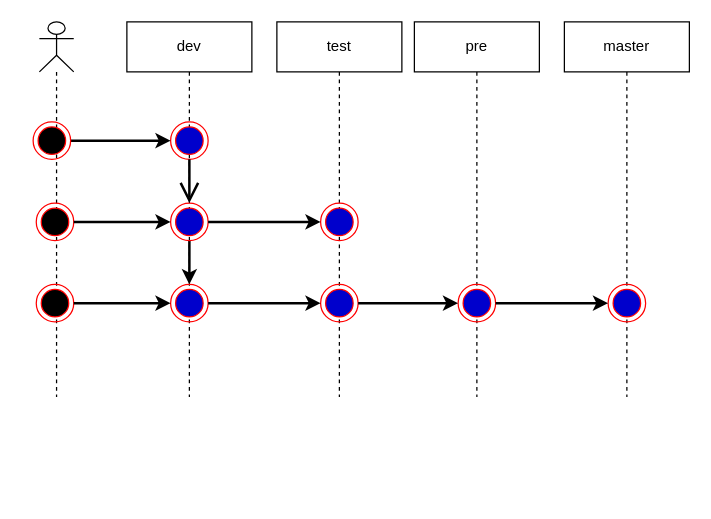
Before: page "Page-2" (2 of 3) of workeredu/求学圆梦项目流程.drawio in kinvensan/drawio, a draw.io diagram. Source tidied: cells renumbered, new cells numbered last; positions are measured from the earlier drawing's top-left corner, leaving out a move shared by most shapes. Both pictures are drawn from the tidied source at 125%, with x=0, y=0 at pixel (32, 21).
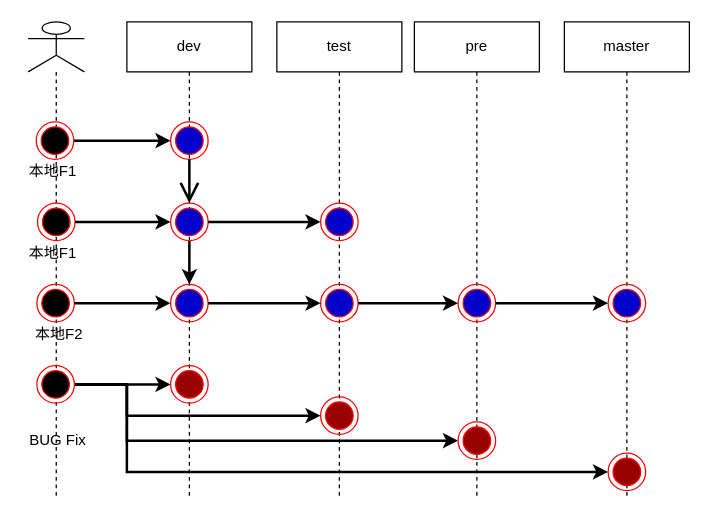
The same diagram, later.

Commit message:
Update 求学圆梦项目流程.drawio

What changed in the source:
```diff
@@
     <mxCell id="2" style="shape=umlLifeline;participant=umlActor;perimeter=lifelinePerimeter;whiteSpace=wrap;html=1;verticalAlign=top;spacingTop=36;labelBackgroundColor=#ffffff;" parent="1" vertex="1">
-      <mxGeometry x="5" width="27.5" height="300" as="geometry" />
+      <mxGeometry x="-4" width="45" height="380" as="geometry" />
     </mxCell>
     <mxCell id="3" style="ellipse;html=1;shape=endState;fillColor=#000000;strokeColor=#ff0000;" parent="2" vertex="1">
-      <mxGeometry x="-2.5" y="145" width="30" height="30" as="geometry" />
+      <mxGeometry x="7.5" y="145" width="30" height="30" as="geometry" />
     </mxCell>
     <mxCell id="4" style="ellipse;html=1;shape=endState;fillColor=#000000;strokeColor=#ff0000;" parent="2" vertex="1">
-      <mxGeometry x="-2.5" y="210" width="30" height="30" as="geometry" />
+      <mxGeometry x="7" y="210" width="30" height="30" as="geometry" />
     </mxCell>
+    <mxCell id="26" value="本地F1" style="text;html=1;strokeColor=none;fillColor=none;align=center;verticalAlign=middle;whiteSpace=wrap;rounded=0;" parent="2" vertex="1">
+      <mxGeometry x="-5.5" y="110" width="50" height="20" as="geometry" />
+    </mxCell>
+    <mxCell id="27" value="本地F2" style="text;html=1;strokeColor=none;fillColor=none;align=center;verticalAlign=middle;whiteSpace=wrap;rounded=0;" parent="2" vertex="1">
+      <mxGeometry y="240" width="50" height="20" as="geometry" />
+    </mxCell>
     <mxCell id="5" value="test" style="shape=umlLifeline;perimeter=lifelinePerimeter;whiteSpace=wrap;html=1;" parent="1" vertex="1">
-      <mxGeometry x="195" width="100" height="300" as="geometry" />
+      <mxGeometry x="195" width="100" height="380" as="geometry" />
     </mxCell>
@@
     <mxCell id="8" value="pre" style="shape=umlLifeline;perimeter=lifelinePerimeter;whiteSpace=wrap;html=1;" parent="1" vertex="1">
-      <mxGeometry x="305" width="100" height="300" as="geometry" />
+      <mxGeometry x="305" width="100" height="380" as="geometry" />
     </mxCell>
@@
     <mxCell id="10" value="master" style="shape=umlLifeline;perimeter=lifelinePerimeter;whiteSpace=wrap;html=1;" parent="1" vertex="1">
-      <mxGeometry x="425" width="100" height="300" as="geometry" />
+      <mxGeometry x="425" width="100" height="380" as="geometry" />
     </mxCell>
@@
     <mxCell id="12" value="dev" style="shape=umlLifeline;perimeter=lifelinePerimeter;whiteSpace=wrap;html=1;" parent="1" vertex="1">
-      <mxGeometry x="75" width="100" height="300" as="geometry" />
+      <mxGeometry x="75" width="100" height="380" as="geometry" />
     </mxCell>
@@
+    <mxCell id="28" style="ellipse;html=1;shape=endState;fillColor=#990000;strokeColor=#ff0000;" parent="12" vertex="1">
+      <mxGeometry x="35" y="275" width="30" height="30" as="geometry" />
+    </mxCell>
@@
     <mxCell id="19" style="ellipse;html=1;shape=endState;fillColor=#000000;strokeColor=#ff0000;" parent="1" vertex="1">
-      <mxGeometry y="80" width="30" height="30" as="geometry" />
+      <mxGeometry x="2.5" y="80" width="30" height="30" as="geometry" />
     </mxCell>
@@
+    <mxCell id="29" value="本地F1" style="text;html=1;strokeColor=none;fillColor=none;align=center;verticalAlign=middle;whiteSpace=wrap;rounded=0;" parent="1" vertex="1">
+      <mxGeometry x="-9.5" y="175" width="50" height="20" as="geometry" />
+    </mxCell>
+    <mxCell id="30" style="edgeStyle=orthogonalEdgeStyle;rounded=0;jettySize=auto;html=1;entryX=0;entryY=0.5;entryDx=0;entryDy=0;strokeWidth=2;" parent="1" edge="1" source="34" target="28">
+      <mxGeometry relative="1" as="geometry" />
+    </mxCell>
+    <mxCell id="31" style="edgeStyle=orthogonalEdgeStyle;rounded=0;jettySize=auto;html=1;entryX=0;entryY=0.5;entryDx=0;entryDy=0;strokeWidth=2;" parent="1" edge="1" source="34" target="36">
+      <mxGeometry relative="1" as="geometry">
+        <Array as="points">
+          <mxPoint x="75" y="290" />
+          <mxPoint x="75" y="315" />
+        </Array>
+      </mxGeometry>
+    </mxCell>
+    <mxCell id="32" style="edgeStyle=orthogonalEdgeStyle;rounded=0;jettySize=auto;html=1;entryX=0;entryY=0.5;entryDx=0;entryDy=0;strokeWidth=2;" parent="1" edge="1" source="34" target="37">
+      <mxGeometry relative="1" as="geometry">
+        <Array as="points">
+          <mxPoint x="75" y="290" />
+          <mxPoint x="75" y="335" />
+        </Array>
+      </mxGeometry>
+    </mxCell>
+    <mxCell id="33" style="edgeStyle=orthogonalEdgeStyle;rounded=0;jettySize=auto;html=1;entryX=0;entryY=0.5;entryDx=0;entryDy=0;strokeWidth=2;" parent="1" edge="1" source="34" target="38">
+      <mxGeometry relative="1" as="geometry">
+        <Array as="points">
+          <mxPoint x="75" y="290" />
+          <mxPoint x="75" y="360" />
+        </Array>
+      </mxGeometry>
+    </mxCell>
+    <mxCell id="34" style="ellipse;html=1;shape=endState;fillColor=#000000;strokeColor=#ff0000;" parent="1" vertex="1">
+      <mxGeometry x="3" y="275" width="30" height="30" as="geometry" />
+    </mxCell>
+    <mxCell id="35" value="BUG Fix" style="text;html=1;strokeColor=none;fillColor=none;align=center;verticalAlign=middle;whiteSpace=wrap;rounded=0;" parent="1" vertex="1">
+      <mxGeometry x="-5" y="325" width="50" height="20" as="geometry" />
+    </mxCell>
+    <mxCell id="36" style="ellipse;html=1;shape=endState;fillColor=#990000;strokeColor=#ff0000;" parent="1" vertex="1">
+      <mxGeometry x="230" y="300" width="30" height="30" as="geometry" />
+    </mxCell>
+    <mxCell id="37" style="ellipse;html=1;shape=endState;fillColor=#990000;strokeColor=#ff0000;" parent="1" vertex="1">
+      <mxGeometry x="340" y="320" width="30" height="30" as="geometry" />
+    </mxCell>
+    <mxCell id="38" style="ellipse;html=1;shape=endState;fillColor=#990000;strokeColor=#ff0000;" parent="1" vertex="1">
+      <mxGeometry x="460" y="345" width="30" height="30" as="geometry" />
+    </mxCell>
```
